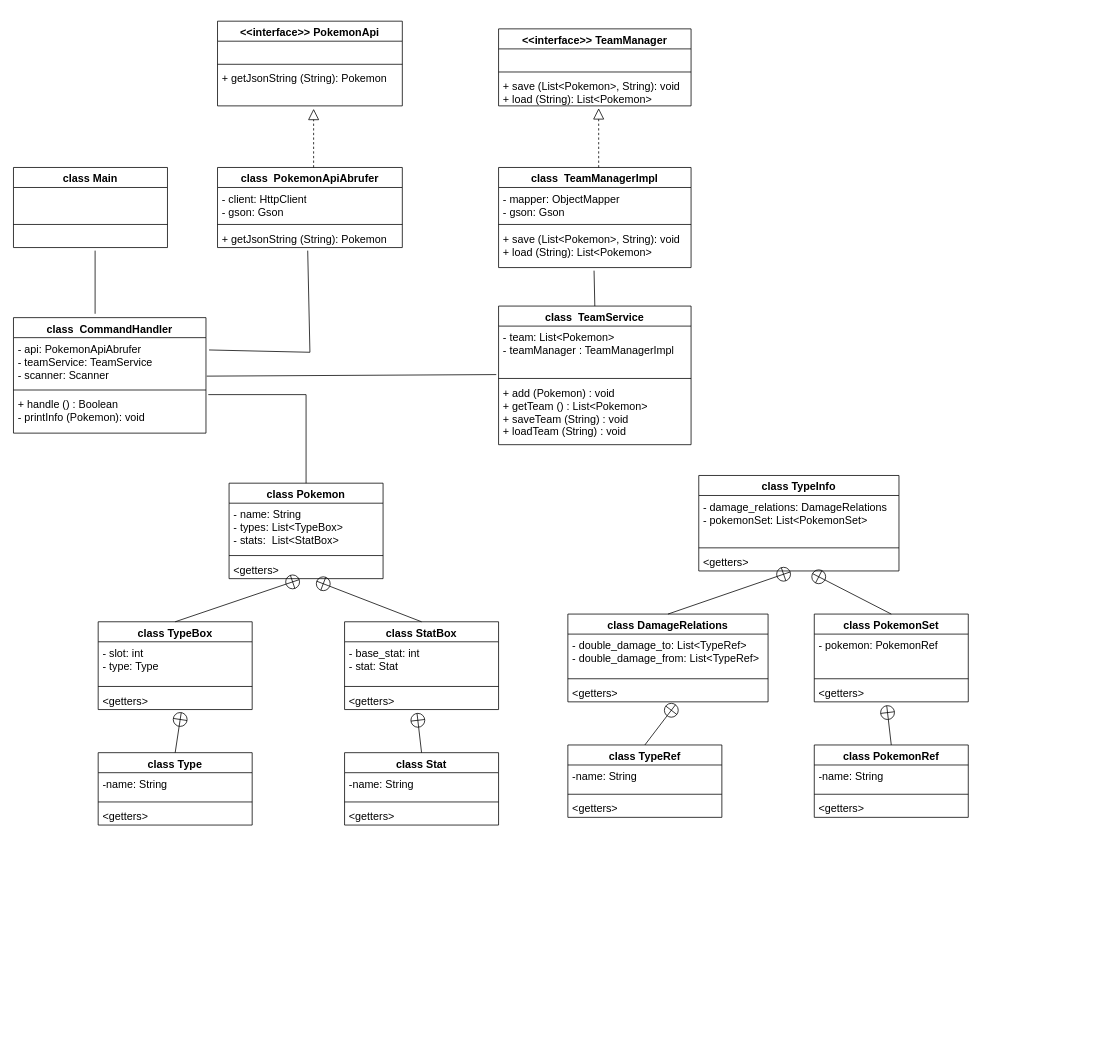
Earlier version of the draw.io diagram ClassDiagramm.drawio (decrier/pokemon). Source tidied: cells renumbered, new cells numbered last; positions are measured from the earlier drawing's top-left corner, leaving out a move shared by most shapes. Both pictures are drawn from the tidied source at 77%, with x=0, y=0 at pixel (13, 21).
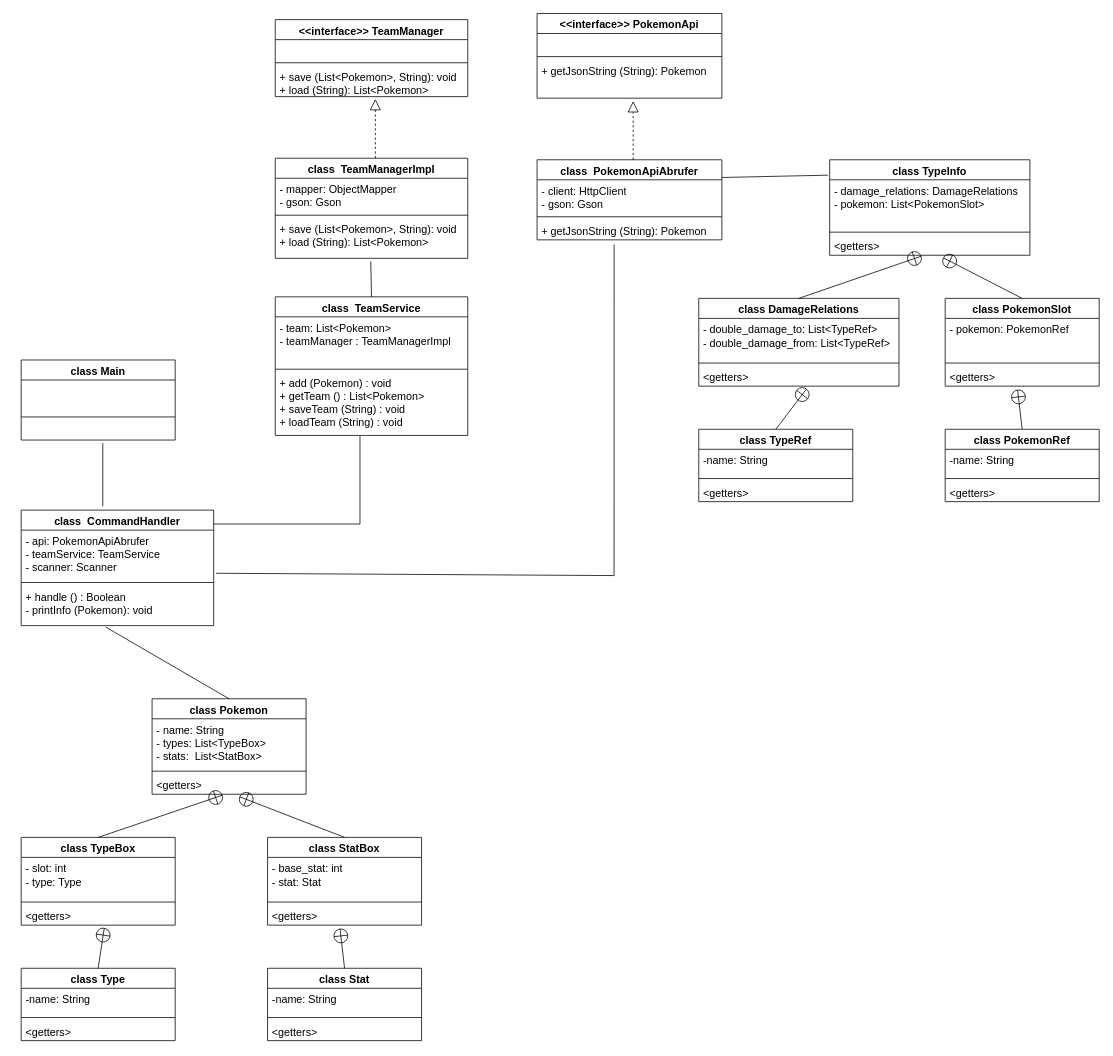
The same page after the edit.

The change refers to these unchanged cells:
```xml
<mxCell id="3" value="- client: HttpClient&lt;div&gt;- gson: Gson&lt;/div&gt;" style="text;strokeColor=none;fillColor=none;align=left;verticalAlign=top;spacingLeft=4;spacingRight=4;overflow=hidden;points=[[0,0.5],[1,0.5]];portConstraint=eastwest;whiteSpace=wrap;html=1;fontSize=14;" parent="2" vertex="1">
  <mxGeometry y="26" width="240" height="44" as="geometry" />
</mxCell>
<mxCell id="5" value="+ getJsonString (String): Pokemon" style="text;strokeColor=none;fillColor=none;align=left;verticalAlign=top;spacingLeft=4;spacingRight=4;overflow=hidden;points=[[0,0.5],[1,0.5]];portConstraint=eastwest;whiteSpace=wrap;html=1;fontSize=14;" parent="2" vertex="1">
  <mxGeometry y="78" width="240" height="26" as="geometry" />
</mxCell>
<mxCell id="14" value="&amp;nbsp;" style="text;strokeColor=none;fillColor=none;align=left;verticalAlign=top;spacingLeft=4;spacingRight=4;overflow=hidden;points=[[0,0.5],[1,0.5]];portConstraint=eastwest;whiteSpace=wrap;html=1;fontSize=14;" parent="11" vertex="1">
  <mxGeometry y="78" width="200" height="26" as="geometry" />
</mxCell>
<mxCell id="49" value="- api: PokemonApiAbrufer&lt;div&gt;- teamService: TeamService&lt;/div&gt;&lt;div&gt;- scanner: Scanner&lt;/div&gt;" style="text;strokeColor=none;fillColor=none;align=left;verticalAlign=top;spacingLeft=4;spacingRight=4;overflow=hidden;points=[[0,0.5],[1,0.5]];portConstraint=eastwest;whiteSpace=wrap;html=1;fontSize=14;" parent="48" vertex="1">
  <mxGeometry y="26" width="250" height="64" as="geometry" />
</mxCell>
<mxCell id="51" value="+ handle () : Boolean&lt;div&gt;- printInfo (Pokemon): void&lt;/div&gt;" style="text;strokeColor=none;fillColor=none;align=left;verticalAlign=top;spacingLeft=4;spacingRight=4;overflow=hidden;points=[[0,0.5],[1,0.5]];portConstraint=eastwest;whiteSpace=wrap;html=1;fontSize=14;" parent="48" vertex="1">
  <mxGeometry y="98" width="250" height="52" as="geometry" />
</mxCell>
<mxCell id="53" value="- team: List&amp;lt;Pokemon&amp;gt;&lt;div&gt;- teamManager : TeamManagerImpl&lt;/div&gt;" style="text;strokeColor=none;fillColor=none;align=left;verticalAlign=top;spacingLeft=4;spacingRight=4;overflow=hidden;points=[[0,0.5],[1,0.5]];portConstraint=eastwest;whiteSpace=wrap;html=1;fontSize=14;" parent="52" vertex="1">
  <mxGeometry y="26" width="250" height="64" as="geometry" />
</mxCell>
<mxCell id="55" value="+ add (Pokemon) : void&lt;div&gt;+ getTeam () : List&amp;lt;Pokemon&amp;gt;&lt;/div&gt;&lt;div&gt;+ saveTeam (String) : void&lt;/div&gt;&lt;div&gt;+ loadTeam (String) : void&lt;/div&gt;" style="text;strokeColor=none;fillColor=none;align=left;verticalAlign=top;spacingLeft=4;spacingRight=4;overflow=hidden;points=[[0,0.5],[1,0.5]];portConstraint=eastwest;whiteSpace=wrap;html=1;fontSize=14;" parent="52" vertex="1">
  <mxGeometry y="98" width="250" height="82" as="geometry" />
</mxCell>
```

Diff of the diagram source:
```diff
@@
     <mxCell id="2" value="class&amp;nbsp; PokemonApiAbrufer" style="swimlane;fontStyle=1;align=center;verticalAlign=top;horizontal=1;startSize=26;whiteSpace=wrap;html=1;fontSize=14;" parent="1" vertex="1">
-      <mxGeometry x="265" y="190" width="240" height="104" as="geometry" />
+      <mxGeometry x="680" y="180" width="240" height="104" as="geometry" />
     </mxCell>
@@
     <mxCell id="6" value="&amp;lt;&amp;lt;interface&amp;gt;&amp;gt;&amp;nbsp;&lt;span style=&quot;color: light-dark(rgb(0, 0, 0), rgb(255, 255, 255)); background-color: transparent;&quot;&gt;PokemonApi&lt;/span&gt;" style="swimlane;fontStyle=1;align=center;verticalAlign=top;horizontal=1;startSize=26;whiteSpace=wrap;html=1;fontSize=14;" parent="1" vertex="1">
-      <mxGeometry x="265" width="240" height="110" as="geometry" />
+      <mxGeometry x="680" y="-10" width="240" height="110" as="geometry" />
     </mxCell>
@@
     <mxCell id="11" value="class Main" style="swimlane;fontStyle=1;align=center;verticalAlign=top;horizontal=1;startSize=26;whiteSpace=wrap;html=1;fontSize=14;" parent="1" vertex="1">
-      <mxGeometry y="190" width="200" height="104" as="geometry" />
+      <mxGeometry x="10" y="440" width="200" height="104" as="geometry" />
     </mxCell>
@@
     <mxCell id="15" value="class&amp;nbsp; TeamManagerImpl" style="swimlane;fontStyle=1;align=center;verticalAlign=top;horizontal=1;startSize=26;whiteSpace=wrap;html=1;fontSize=14;" parent="1" vertex="1">
-      <mxGeometry x="630" y="190" width="250" height="130" as="geometry" />
+      <mxGeometry x="340" y="178" width="250" height="130" as="geometry" />
     </mxCell>
@@
     <mxCell id="19" value="&amp;lt;&amp;lt;interface&amp;gt;&amp;gt;&amp;nbsp;&lt;span style=&quot;color: light-dark(rgb(0, 0, 0), rgb(255, 255, 255)); background-color: transparent;&quot;&gt;TeamManager&lt;/span&gt;" style="swimlane;fontStyle=1;align=center;verticalAlign=top;horizontal=1;startSize=26;whiteSpace=wrap;html=1;fontSize=14;" parent="1" vertex="1">
-      <mxGeometry x="630" y="10" width="250" height="100" as="geometry" />
+      <mxGeometry x="340" y="-2" width="250" height="100" as="geometry" />
     </mxCell>
@@
     <mxCell id="24" value="class Pokemon" style="swimlane;fontStyle=1;align=center;verticalAlign=top;horizontal=1;startSize=26;whiteSpace=wrap;html=1;fontSize=14;" parent="1" vertex="1">
-      <mxGeometry x="280" y="600" width="200" height="124" as="geometry" />
+      <mxGeometry x="180" y="880" width="200" height="124" as="geometry" />
     </mxCell>
@@
     <mxCell id="28" value="class TypeBox" style="swimlane;fontStyle=1;align=center;verticalAlign=top;horizontal=1;startSize=26;whiteSpace=wrap;html=1;fontSize=14;" parent="1" vertex="1">
-      <mxGeometry x="110" y="780" width="200" height="114" as="geometry" />
+      <mxGeometry x="10" y="1060" width="200" height="114" as="geometry" />
     </mxCell>
@@
     <mxCell id="33" value="class Type" style="swimlane;fontStyle=1;align=center;verticalAlign=top;horizontal=1;startSize=26;whiteSpace=wrap;html=1;fontSize=14;" parent="1" vertex="1">
-      <mxGeometry x="110" y="950" width="200" height="94" as="geometry" />
+      <mxGeometry x="10" y="1230" width="200" height="94" as="geometry" />
     </mxCell>
@@
     <mxCell id="38" value="class StatBox" style="swimlane;fontStyle=1;align=center;verticalAlign=top;horizontal=1;startSize=26;whiteSpace=wrap;html=1;fontSize=14;" parent="1" vertex="1">
-      <mxGeometry x="430" y="780" width="200" height="114" as="geometry" />
+      <mxGeometry x="330" y="1060" width="200" height="114" as="geometry" />
     </mxCell>
@@
     <mxCell id="42" value="class Stat" style="swimlane;fontStyle=1;align=center;verticalAlign=top;horizontal=1;startSize=26;whiteSpace=wrap;html=1;fontSize=14;" parent="1" vertex="1">
-      <mxGeometry x="430" y="950" width="200" height="94" as="geometry" />
+      <mxGeometry x="330" y="1230" width="200" height="94" as="geometry" />
     </mxCell>
@@
     <mxCell id="48" value="class&amp;nbsp; CommandHandler" style="swimlane;fontStyle=1;align=center;verticalAlign=top;horizontal=1;startSize=26;whiteSpace=wrap;html=1;fontSize=14;" parent="1" vertex="1">
-      <mxGeometry y="385" width="250" height="150" as="geometry" />
+      <mxGeometry x="10" y="635" width="250" height="150" as="geometry" />
     </mxCell>
@@
     <mxCell id="52" value="class&amp;nbsp; TeamService" style="swimlane;fontStyle=1;align=center;verticalAlign=top;horizontal=1;startSize=26;whiteSpace=wrap;html=1;fontSize=14;" parent="1" vertex="1">
-      <mxGeometry x="630" y="370" width="250" height="180" as="geometry" />
+      <mxGeometry x="340" y="358" width="250" height="180" as="geometry" />
     </mxCell>
@@
-    <mxCell id="56" style="endArrow=none;html=1;rounded=0;exitX=1.016;exitY=0.25;exitDx=0;exitDy=0;entryX=0.488;entryY=1.154;entryDx=0;entryDy=0;entryPerimeter=0;exitPerimeter=0;" parent="1" edge="1" source="49" target="5">
-      <mxGeometry relative="1" as="geometry">
-        <Array as="points">
-          <mxPoint x="385" y="430" />
-        </Array>
-      </mxGeometry>
-    </mxCell>
     <mxCell id="57" style="endArrow=none;html=1;rounded=0;entryX=0.53;entryY=1.154;entryDx=0;entryDy=0;entryPerimeter=0;" parent="1" edge="1" target="14">
       <mxGeometry relative="1" as="geometry">
-        <mxPoint x="106" y="380" as="sourcePoint" />
+        <mxPoint x="116" y="630" as="sourcePoint" />
       </mxGeometry>
     </mxCell>
-    <mxCell id="58" style="endArrow=none;html=1;rounded=0;exitX=0.5;exitY=0;exitDx=0;exitDy=0;entryX=1.012;entryY=0.038;entryDx=0;entryDy=0;entryPerimeter=0;" parent="1" edge="1" source="24" target="51">
-      <mxGeometry relative="1" as="geometry">
-        <Array as="points">
-          <mxPoint x="380" y="485" />
-        </Array>
-      </mxGeometry>
+    <mxCell id="58" style="endArrow=none;html=1;rounded=0;exitX=0.5;exitY=0;exitDx=0;exitDy=0;entryX=0.44;entryY=1.038;entryDx=0;entryDy=0;entryPerimeter=0;" parent="1" edge="1" source="24" target="51">
+      <mxGeometry relative="1" as="geometry" />
     </mxCell>
-    <mxCell id="59" style="endArrow=none;html=1;rounded=0;exitX=1.004;exitY=0.781;exitDx=0;exitDy=0;entryX=-0.012;entryY=0.984;entryDx=0;entryDy=0;entryPerimeter=0;exitPerimeter=0;" parent="1" edge="1" source="49" target="53">
-      <mxGeometry relative="1" as="geometry" />
+    <mxCell id="59" style="endArrow=none;html=1;rounded=0;exitX=1;exitY=0.12;exitDx=0;exitDy=0;entryX=0.44;entryY=1.012;entryDx=0;entryDy=0;entryPerimeter=0;exitPerimeter=0;" parent="1" edge="1" source="48" target="55">
+      <mxGeometry relative="1" as="geometry">
+        <Array as="points">
+          <mxPoint x="450" y="653" />
+        </Array>
+      </mxGeometry>
     </mxCell>
@@
     <mxCell id="61" value="class TypeInfo" style="swimlane;fontStyle=1;align=center;verticalAlign=top;horizontal=1;startSize=26;whiteSpace=wrap;html=1;fontSize=14;" parent="1" vertex="1">
-      <mxGeometry x="890" y="590" width="260" height="124" as="geometry" />
+      <mxGeometry x="1060" y="180" width="260" height="124" as="geometry" />
     </mxCell>
-    <mxCell id="62" value="- damage_relations: DamageRelations&lt;div&gt;- pokemonSet: List&amp;lt;PokemonSet&amp;gt;&lt;/div&gt;" style="text;strokeColor=none;fillColor=none;align=left;verticalAlign=top;spacingLeft=4;spacingRight=4;overflow=hidden;whiteSpace=wrap;html=1;fontSize=14;" parent="61" vertex="1">
+    <mxCell id="62" value="- damage_relations: DamageRelations&lt;div&gt;- pokemon: List&amp;lt;PokemonSlot&amp;gt;&lt;/div&gt;" style="text;strokeColor=none;fillColor=none;align=left;verticalAlign=top;spacingLeft=4;spacingRight=4;overflow=hidden;whiteSpace=wrap;html=1;fontSize=14;" parent="61" vertex="1">
       <mxGeometry y="26" width="260" height="64" as="geometry" />
     </mxCell>
@@
     <mxCell id="65" value="class DamageRelations" style="swimlane;fontStyle=1;align=center;verticalAlign=top;horizontal=1;startSize=26;whiteSpace=wrap;html=1;fontSize=14;" parent="1" vertex="1">
-      <mxGeometry x="720" y="770" width="260" height="114" as="geometry" />
+      <mxGeometry x="890" y="360" width="260" height="114" as="geometry" />
     </mxCell>
@@
     <mxCell id="70" value="class TypeRef" style="swimlane;fontStyle=1;align=center;verticalAlign=top;horizontal=1;startSize=26;whiteSpace=wrap;html=1;fontSize=14;" parent="1" vertex="1">
-      <mxGeometry x="720" y="940" width="200" height="94" as="geometry" />
+      <mxGeometry x="890" y="530" width="200" height="94" as="geometry" />
     </mxCell>
@@
-    <mxCell id="75" value="class PokemonSet" style="swimlane;fontStyle=1;align=center;verticalAlign=top;horizontal=1;startSize=26;whiteSpace=wrap;html=1;fontSize=14;" parent="1" vertex="1">
-      <mxGeometry x="1040" y="770" width="200" height="114" as="geometry" />
+    <mxCell id="75" value="class PokemonSlot" style="swimlane;fontStyle=1;align=center;verticalAlign=top;horizontal=1;startSize=26;whiteSpace=wrap;html=1;fontSize=14;" parent="1" vertex="1">
+      <mxGeometry x="1210" y="360" width="200" height="114" as="geometry" />
     </mxCell>
@@
     <mxCell id="79" value="class PokemonRef" style="swimlane;fontStyle=1;align=center;verticalAlign=top;horizontal=1;startSize=26;whiteSpace=wrap;html=1;fontSize=14;" parent="1" vertex="1">
-      <mxGeometry x="1040" y="940" width="200" height="94" as="geometry" />
+      <mxGeometry x="1210" y="530" width="200" height="94" as="geometry" />
     </mxCell>
@@
+    <mxCell id="85" style="endArrow=none;html=1;rounded=0;entryX=1;entryY=-0.068;entryDx=0;entryDy=0;entryPerimeter=0;" parent="1" edge="1" target="3">
+      <mxGeometry relative="1" as="geometry">
+        <mxPoint x="1058" y="200" as="sourcePoint" />
+      </mxGeometry>
+    </mxCell>
+    <mxCell id="56" style="endArrow=none;html=1;rounded=0;entryX=0.417;entryY=1.231;entryDx=0;entryDy=0;entryPerimeter=0;exitX=1.012;exitY=0.875;exitDx=0;exitDy=0;exitPerimeter=0;" parent="1" edge="1" source="49" target="5">
+      <mxGeometry relative="1" as="geometry">
+        <Array as="points">
+          <mxPoint x="780" y="720" />
+        </Array>
+      </mxGeometry>
+    </mxCell>
```
